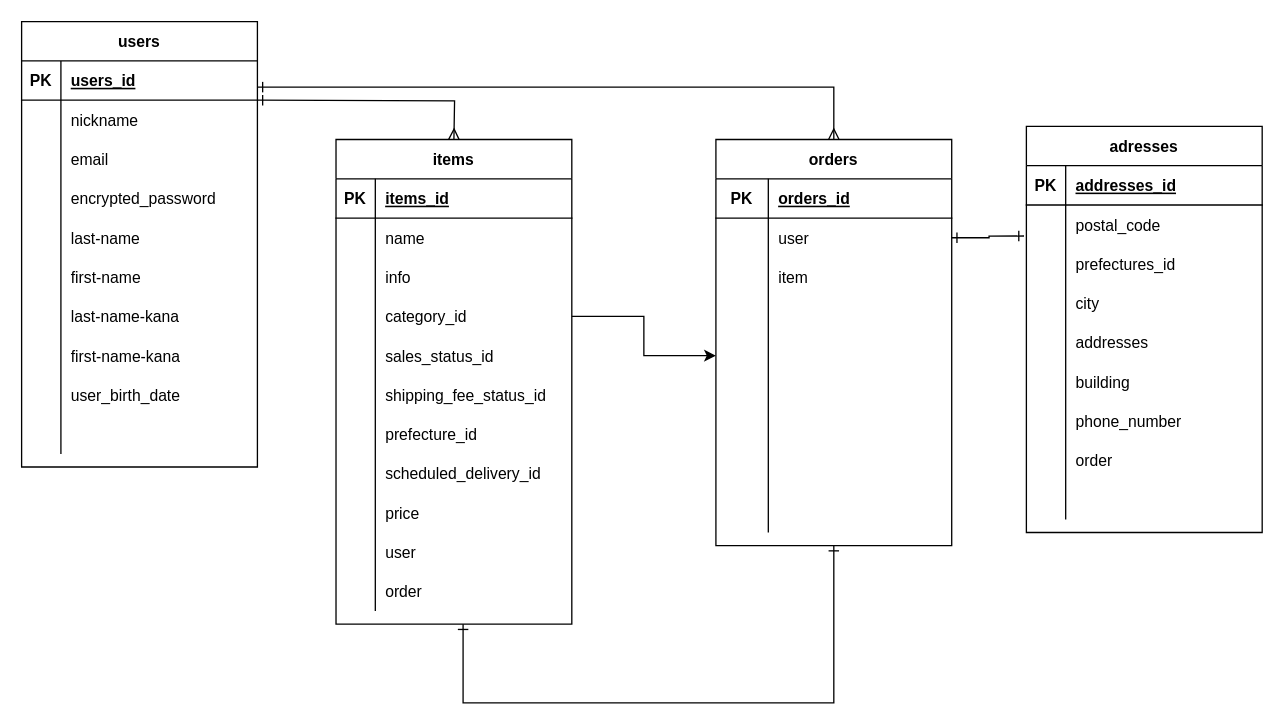
Above: config/furima.dio in izmzmzmi/furima-kagawa2021-egsb (draw.io), before the change. Source tidied: cells renumbered, new cells numbered last; positions are measured from the earlier drawing's top-left corner, leaving out a move shared by most shapes. Both pictures are drawn from the tidied source at 131%, with x=0, y=0 at pixel (21, 21).
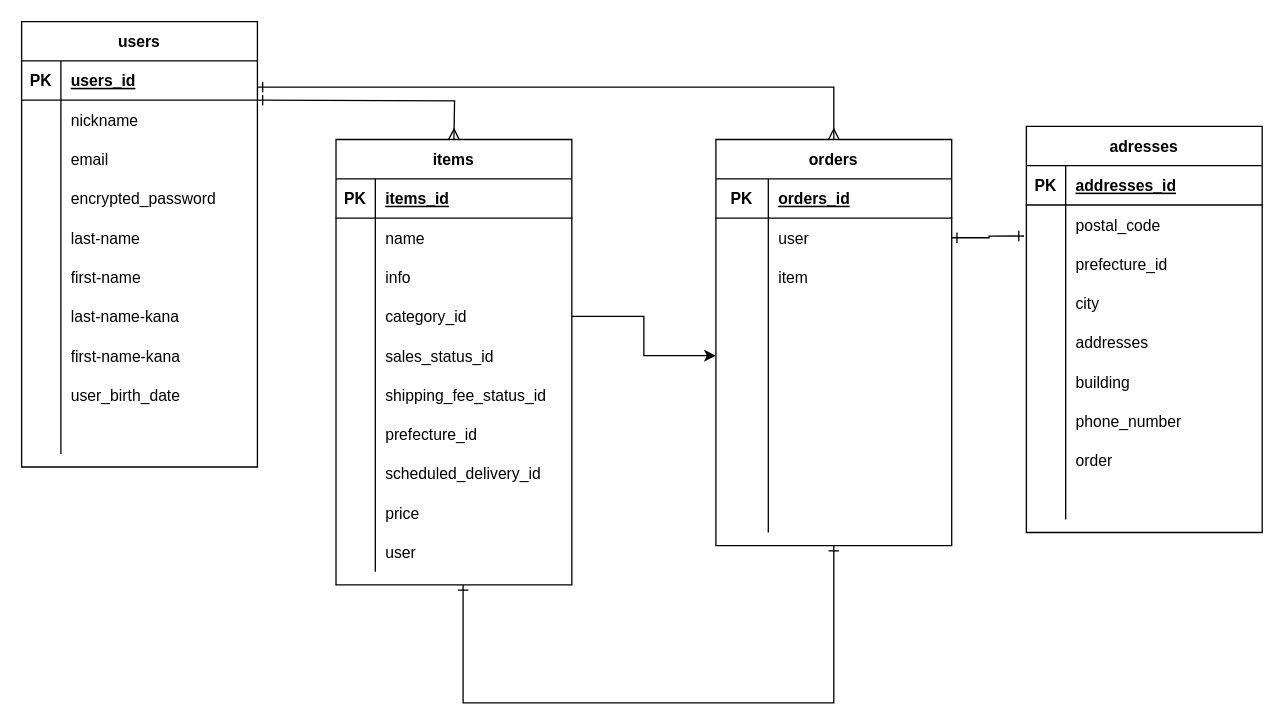
Above is the later version.

Commit message (it also covers changes not shown here):
README修正_UNIQUEオプション

The change refers to these unchanged cells:
```xml
<mxCell id="2" value="orders" style="shape=table;startSize=30;childLayout=tableLayout;rowLines=0;fontStyle=1;align=center;strokeWidth=1;gradientColor=none;" parent="1" vertex="1">
  <mxGeometry x="530" y="90" width="180" height="310" as="geometry" />
</mxCell>
<mxCell id="105" style="shape=partialRectangle;fillColor=none;top=0;left=0;bottom=0;right=0;" parent="98" vertex="1">
  <mxGeometry y="90" width="180" height="30" as="geometry" />
</mxCell>
```

What changed in the source:
```diff
@@
     <mxCell id="30" value="items" style="shape=table;startSize=30;childLayout=tableLayout;rowLines=0;fontStyle=1;align=center;strokeWidth=1;gradientColor=none;" parent="1" vertex="1">
-      <mxGeometry x="240" y="90" width="180" height="370" as="geometry" />
+      <mxGeometry x="240" y="90" width="180" height="340" as="geometry" />
     </mxCell>
@@
-    <mxCell id="61" style="shape=partialRectangle;fillColor=none;top=0;left=0;bottom=0;right=0;" parent="30" vertex="1">
-      <mxGeometry y="330" width="180" height="30" as="geometry" />
-    </mxCell>
-    <mxCell id="62" style="shape=partialRectangle;fillColor=none;top=0;left=0;bottom=0;right=0;overflow=hidden;" parent="61" vertex="1">
-      <mxGeometry width="30" height="30" as="geometry" />
-    </mxCell>
-    <mxCell id="63" value="order" style="shape=partialRectangle;fillColor=none;top=0;left=0;bottom=0;right=0;align=left;spacingLeft=6;overflow=hidden;" parent="61" vertex="1">
-      <mxGeometry x="30" width="150" height="30" as="geometry" />
-    </mxCell>
@@
     <mxCell id="66" style="edgeStyle=orthogonalEdgeStyle;rounded=0;jettySize=auto;html=1;startArrow=ERone;startFill=0;endArrow=ERone;endFill=0;endSize=6;exitX=0.5;exitY=1;exitDx=0;exitDy=0;" parent="1" edge="1" source="2">
       <mxGeometry relative="1" as="geometry">
-        <mxPoint x="337" y="460" as="targetPoint" />
+        <mxPoint x="337" y="430" as="targetPoint" />
         <Array as="points">
           <mxPoint x="620" y="520" />
           <mxPoint x="337" y="520" />
         </Array>
       </mxGeometry>
     </mxCell>
@@
-    <mxCell id="107" value="prefectures_id" style="shape=partialRectangle;fillColor=none;top=0;left=0;bottom=0;right=0;align=left;spacingLeft=6;overflow=hidden;" parent="105" vertex="1">
+    <mxCell id="107" value="prefecture_id" style="shape=partialRectangle;fillColor=none;top=0;left=0;bottom=0;right=0;align=left;spacingLeft=6;overflow=hidden;" parent="105" vertex="1">
       <mxGeometry x="30" width="150" height="30" as="geometry" />
     </mxCell>
```
